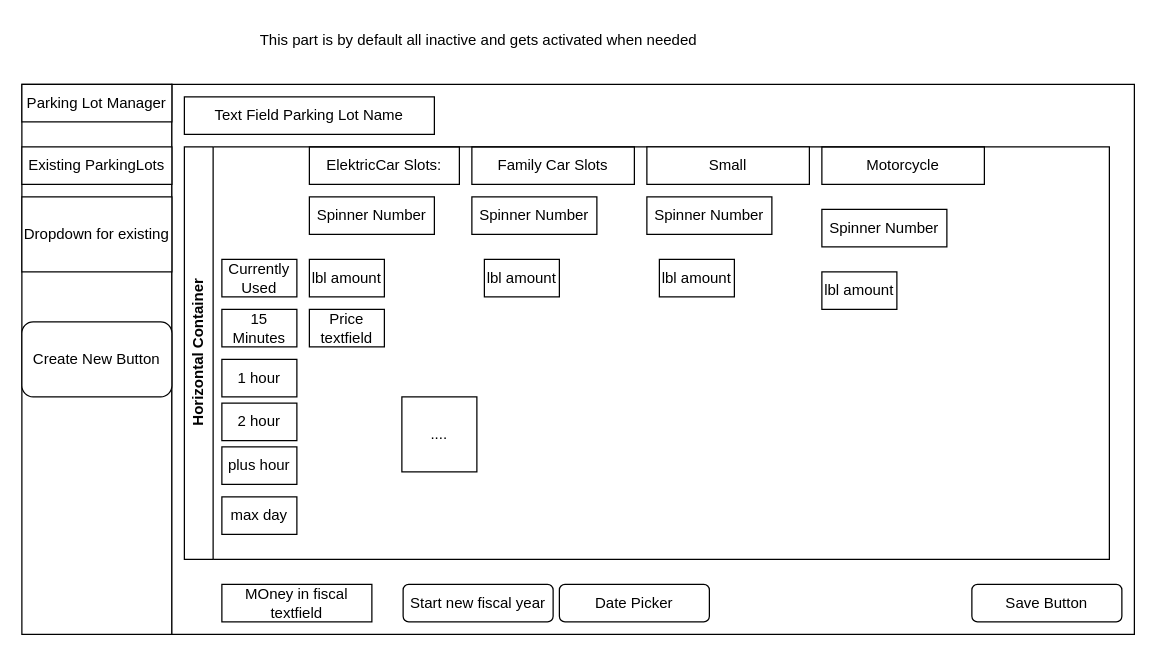
This is Admin_Overview/GUI.drawio from SoftwareTechnikWS24Group8/Scrum_Group8, a draw.io file, before an edit. Source tidied: cells renumbered, new cells numbered last; positions are measured from the earlier drawing's top-left corner, leaving out a move shared by most shapes. Both pictures are drawn from the tidied source at 125%, with x=0, y=0 at pixel (21, 21).
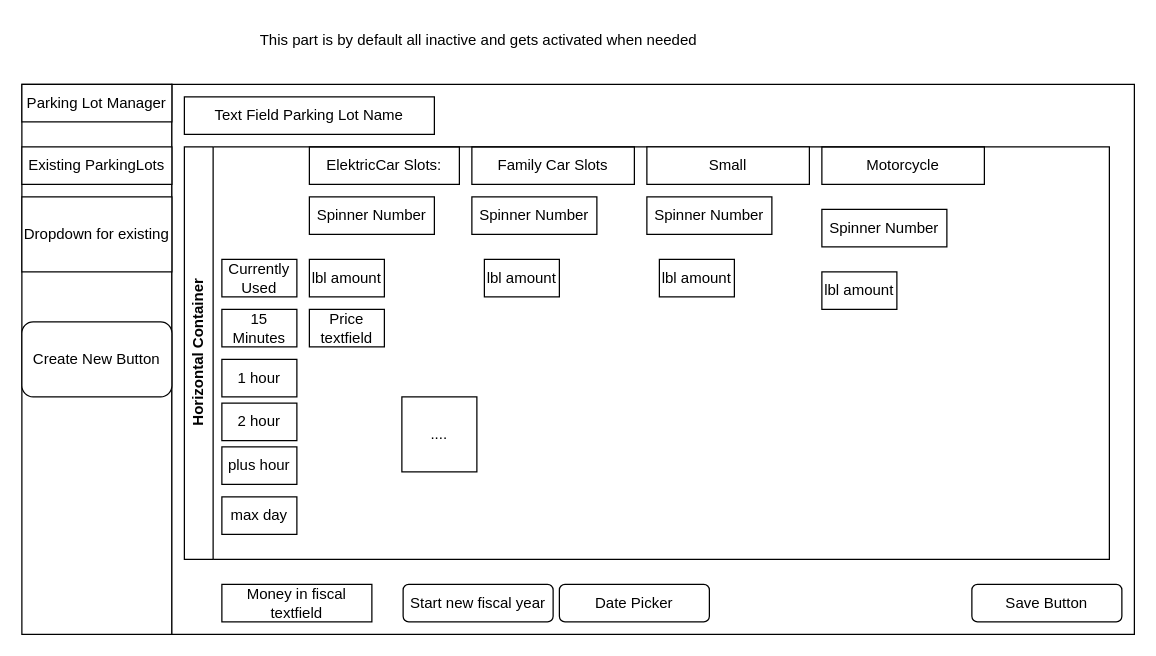
The same page after the edit.

Diff of the diagram source:
```diff
@@
-    <mxCell id="33" value="MOney in fiscal textfield" style="rounded=0;whiteSpace=wrap;html=1;" parent="1" vertex="1">
+    <mxCell id="33" value="Money in fiscal textfield" style="rounded=0;whiteSpace=wrap;html=1;" parent="1" vertex="1">
       <mxGeometry x="160" y="450" width="120" height="30" as="geometry" />
     </mxCell>
```
